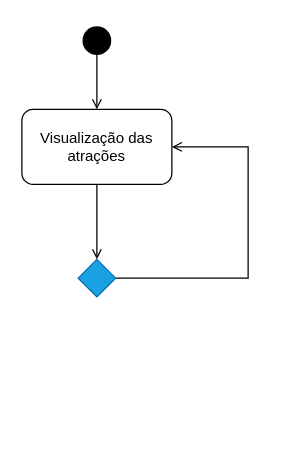
Above: Diagrama de atividade - Favoritar atração.drawio in JudilenaGalvao/Projeto-POO (draw.io), before the change. Source tidied: cells renumbered, new cells numbered last; positions are measured from the earlier drawing's top-left corner, leaving out a move shared by most shapes. Both pictures are drawn from the tidied source at 125%, with x=0, y=0 at pixel (21, 21).
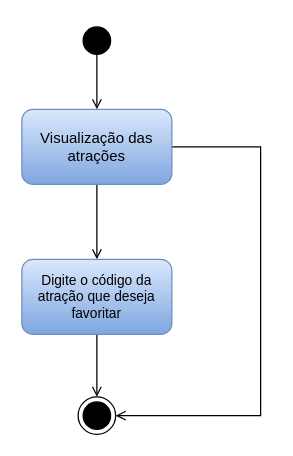
The same diagram, later.

Change to the diagram source:
```diff
@@
 <mxGraphModel>
   <root>
     <mxCell id="0" />
     <mxCell id="1" parent="0" />
     <mxCell id="2" style="edgeStyle=orthogonalEdgeStyle;rounded=0;jettySize=auto;html=1;exitX=0.5;exitY=0.8;exitDx=0;exitDy=0;entryX=0.5;entryY=0;entryDx=0;entryDy=0;exitPerimeter=0;endArrow=open;endFill=0;" parent="1" edge="1" source="3" target="5">
       <mxGeometry relative="1" as="geometry" />
     </mxCell>
+    <mxCell id="8" style="edgeStyle=orthogonalEdgeStyle;shape=connector;rounded=0;jettySize=auto;html=1;exitX=1;exitY=0.5;exitDx=0;exitDy=0;entryX=1;entryY=0.5;entryDx=0;entryDy=0;labelBackgroundColor=default;strokeColor=default;fontFamily=Helvetica;fontSize=11;fontColor=default;endArrow=open;endFill=0;" parent="1" edge="1" source="5" target="12">
+      <mxGeometry relative="1" as="geometry">
+        <Array as="points">
+          <mxPoint x="191" y="100" />
+          <mxPoint x="191" y="315" />
+        </Array>
+      </mxGeometry>
+    </mxCell>
     <mxCell id="3" style="ellipse;html=1;shape=startState;fillColor=#000000;strokeColor=#000000;" parent="1" vertex="1">
       <mxGeometry x="45" width="30" height="30" as="geometry" />
     </mxCell>
-    <mxCell id="4" style="edgeStyle=orthogonalEdgeStyle;shape=connector;rounded=0;jettySize=auto;html=1;exitX=0.5;exitY=1;exitDx=0;exitDy=0;entryX=0.5;entryY=0;entryDx=0;entryDy=0;labelBackgroundColor=default;strokeColor=default;fontFamily=Helvetica;fontSize=11;fontColor=default;endArrow=open;endFill=0;" parent="1" edge="1" source="5" target="7">
-      <mxGeometry relative="1" as="geometry" />
-    </mxCell>
+    <mxCell id="9" style="edgeStyle=orthogonalEdgeStyle;shape=connector;rounded=0;jettySize=auto;html=1;exitX=0.5;exitY=1;exitDx=0;exitDy=0;labelBackgroundColor=default;strokeColor=default;fontFamily=Helvetica;fontSize=11;fontColor=default;endArrow=open;endFill=0;" parent="1" edge="1" source="5" target="11">
+      <mxGeometry relative="1" as="geometry" />
+    </mxCell>
-    <mxCell id="5" value="Visualização das atrações" style="rounded=1;whiteSpace=wrap;html=1;" parent="1" vertex="1">
+    <mxCell id="5" value="Visualização das atrações" style="rounded=1;whiteSpace=wrap;html=1;fillColor=#dae8fc;gradientColor=#7ea6e0;strokeColor=#6c8ebf;" parent="1" vertex="1">
       <mxGeometry y="70" width="120" height="60" as="geometry" />
     </mxCell>
-    <mxCell id="6" style="edgeStyle=orthogonalEdgeStyle;shape=connector;rounded=0;jettySize=auto;html=1;exitX=1;exitY=0.5;exitDx=0;exitDy=0;entryX=1;entryY=0.5;entryDx=0;entryDy=0;labelBackgroundColor=default;strokeColor=default;fontFamily=Helvetica;fontSize=11;fontColor=default;endArrow=open;endFill=0;" parent="1" edge="1" source="7" target="5">
-      <mxGeometry relative="1" as="geometry">
-        <Array as="points">
-          <mxPoint x="181" y="205" />
-          <mxPoint x="181" y="100" />
-        </Array>
-      </mxGeometry>
-    </mxCell>
-    <mxCell id="7" style="rhombus;whiteSpace=wrap;html=1;fillColor=#1ba1e2;strokeColor=#006EAF;fontColor=#ffffff;" parent="1" vertex="1">
-      <mxGeometry x="45" y="190" width="30" height="30" as="geometry" />
-    </mxCell>
+    <mxCell id="10" style="edgeStyle=orthogonalEdgeStyle;shape=connector;rounded=0;jettySize=auto;html=1;exitX=0.5;exitY=1;exitDx=0;exitDy=0;entryX=0.5;entryY=0;entryDx=0;entryDy=0;labelBackgroundColor=default;strokeColor=default;fontFamily=Helvetica;fontSize=11;fontColor=default;endArrow=open;endFill=0;" parent="1" edge="1" source="11" target="12">
+      <mxGeometry relative="1" as="geometry" />
+    </mxCell>
+    <mxCell id="11" value="Digite o código da atração que deseja favoritar" style="rounded=1;whiteSpace=wrap;html=1;fontFamily=Helvetica;fontSize=11;fillColor=#dae8fc;gradientColor=#7ea6e0;strokeColor=#6c8ebf;" parent="1" vertex="1">
+      <mxGeometry y="190" width="120" height="60" as="geometry" />
+    </mxCell>
+    <mxCell id="12" style="ellipse;html=1;shape=endState;fillColor=#000000;strokeColor=#000000;fontFamily=Helvetica;fontSize=11;fontColor=default;" parent="1" vertex="1">
+      <mxGeometry x="45" y="300" width="30" height="30" as="geometry" />
+    </mxCell>
   </root>
 </mxGraphModel>
```
